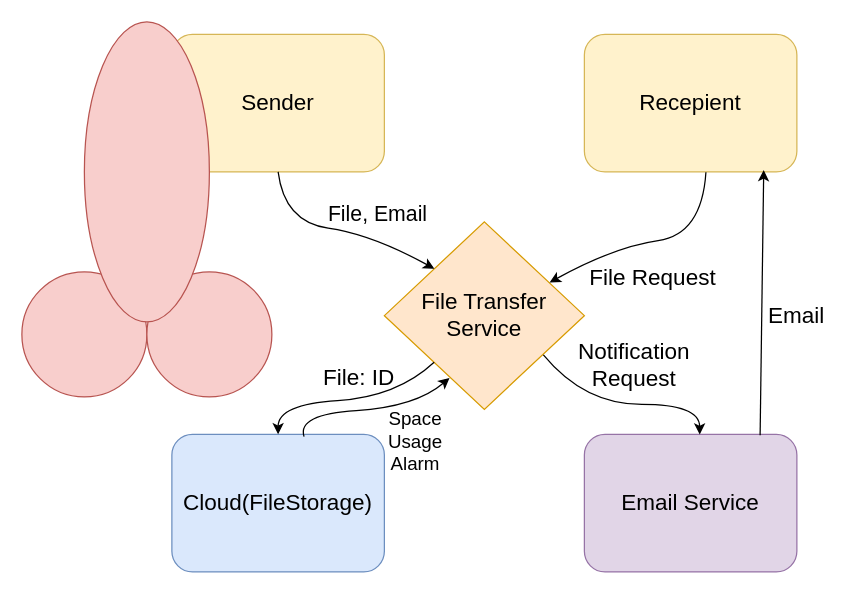
zenderio-dev/vesnin1 keeps this draw.io diagram as file_exchanger/docs/context.drawio. Above is the earlier version. Source tidied: cells renumbered, new cells numbered last; positions are measured from the earlier drawing's top-left corner, leaving out a move shared by most shapes. Both pictures are drawn from the tidied source at 125%, with x=0, y=0 at pixel (21, 21).
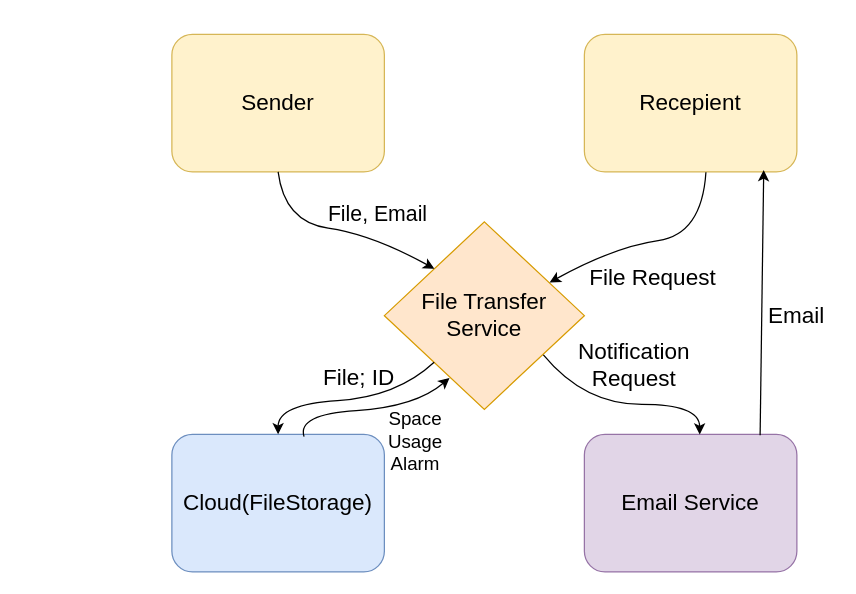
The same page after the edit.

Commit message (it also covers changes not shown here):
chore: created basic_file_transfers_usecase

The edit, as a diff of the source:
```diff
@@
-    <mxCell id="17" value="&lt;font style=&quot;font-size: 18px;&quot;&gt;File: ID&lt;/font&gt;" style="text;html=1;whiteSpace=wrap;strokeColor=none;fillColor=none;align=center;verticalAlign=middle;rounded=0;" parent="1" vertex="1">
+    <mxCell id="17" value="&lt;font style=&quot;font-size: 18px;&quot;&gt;File; ID&lt;/font&gt;" style="text;html=1;whiteSpace=wrap;strokeColor=none;fillColor=none;align=center;verticalAlign=middle;rounded=0;" parent="1" vertex="1">
       <mxGeometry x="240" y="270" width="60" height="30" as="geometry" />
     </mxCell>
@@
-    <mxCell id="19" style="ellipse;whiteSpace=wrap;html=1;fillColor=#f8cecc;strokeColor=#b85450;" parent="1" vertex="1">
-      <mxGeometry y="200" width="100" height="100" as="geometry" />
-    </mxCell>
-    <mxCell id="20" style="ellipse;whiteSpace=wrap;html=1;fillColor=#f8cecc;strokeColor=#b85450;" parent="1" vertex="1">
-      <mxGeometry x="100" y="200" width="100" height="100" as="geometry" />
-    </mxCell>
-    <mxCell id="21" style="ellipse;whiteSpace=wrap;html=1;fillColor=#f8cecc;strokeColor=#b85450;" parent="1" vertex="1">
-      <mxGeometry x="50" width="100" height="240" as="geometry" />
-    </mxCell>
```
